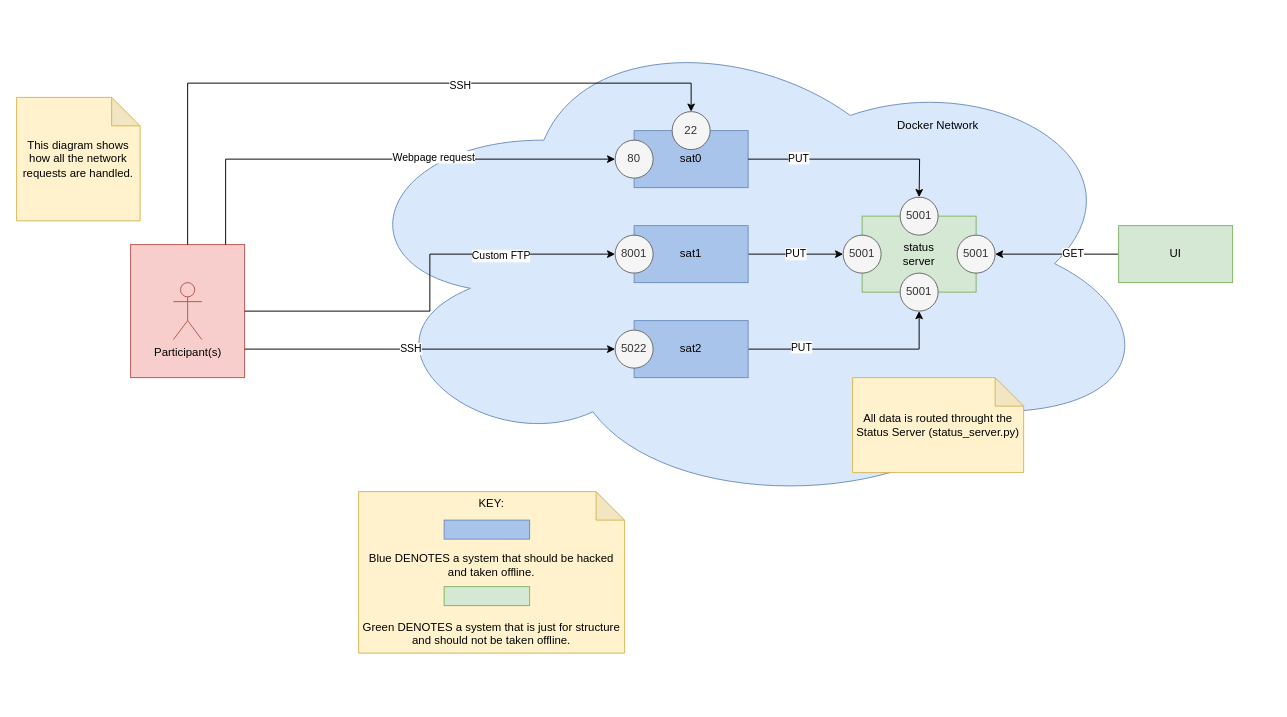
The draw.io diagram system_diagram.drawio in CyberTrainingExercise/Starcom, before the edit. Source tidied: cells renumbered, new cells numbered last; positions are measured from the earlier drawing's top-left corner, leaving out a move shared by most shapes. Both pictures are drawn from the tidied source at 95%, with x=0, y=0 at pixel (16, 16).
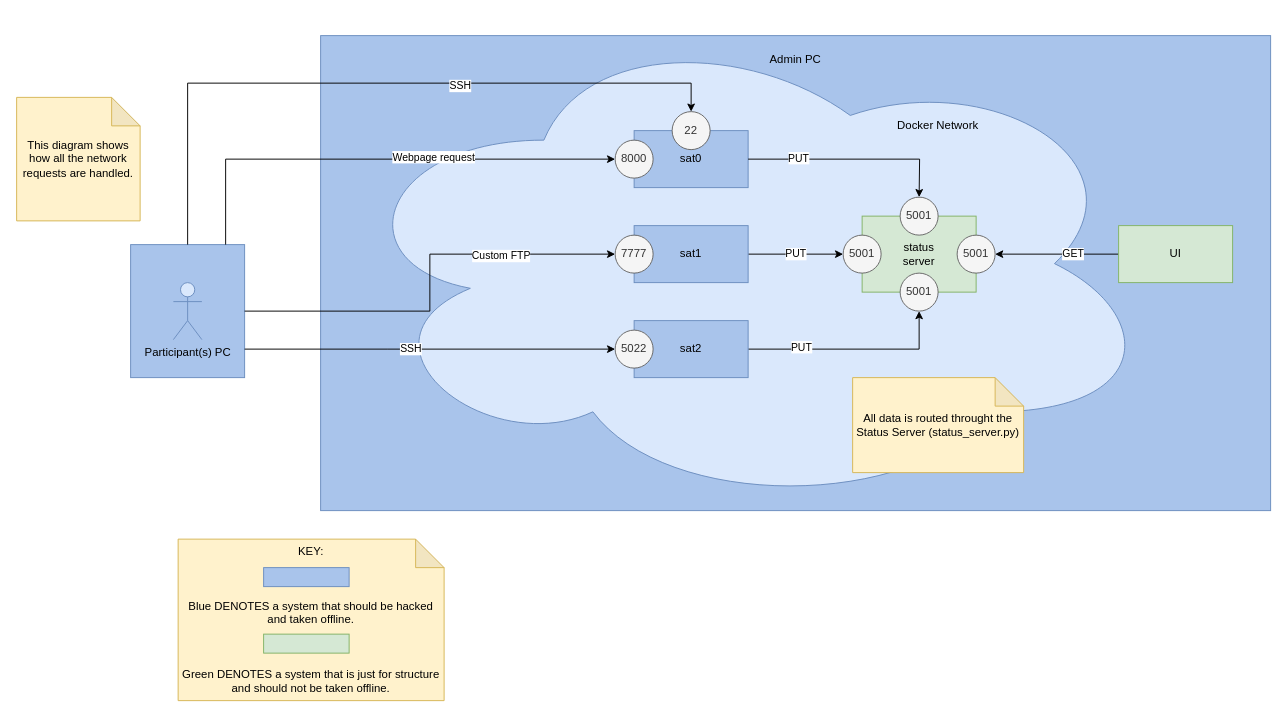
After the change.

Change to the diagram source:
```diff
@@
+    <mxCell id="40" style="rounded=0;whiteSpace=wrap;html=1;fillColor=#A9C4EB;strokeColor=#6C8EBF;" parent="1" vertex="1">
+      <mxGeometry x="320" y="20" width="1000" height="500" as="geometry" />
+    </mxCell>
-    <mxCell id="2" style="rounded=0;whiteSpace=wrap;html=1;fillColor=#f8cecc;strokeColor=#b85450;" parent="1" vertex="1">
+    <mxCell id="2" style="rounded=0;whiteSpace=wrap;html=1;fillColor=#A9C4EB;strokeColor=#6C8EBF;" parent="1" vertex="1">
       <mxGeometry x="120" y="240" width="120" height="140" as="geometry" />
     </mxCell>
@@
     <mxCell id="17" value="KEY:&lt;br&gt;&lt;br&gt;&lt;br&gt;&lt;br&gt;Blue DENOTES a system that should be hacked and taken offline.&lt;br&gt;&lt;br&gt;&lt;br&gt;&lt;br&gt;Green DENOTES a system that is just for structure and should not be taken offline." style="shape=note;whiteSpace=wrap;html=1;backgroundOutline=1;darkOpacity=0.05;fillColor=#fff2cc;strokeColor=#d6b656;" parent="1" vertex="1">
-      <mxGeometry x="360" y="500" width="280" height="170" as="geometry" />
+      <mxGeometry x="170" y="550" width="280" height="170" as="geometry" />
     </mxCell>
     <mxCell id="18" style="rounded=0;whiteSpace=wrap;html=1;fillColor=#A9C4EB;strokeColor=#6c8ebf;" parent="1" vertex="1">
-      <mxGeometry x="450" y="530" width="90" height="20" as="geometry" />
+      <mxGeometry x="260" y="580" width="90" height="20" as="geometry" />
     </mxCell>
     <mxCell id="19" style="rounded=0;whiteSpace=wrap;html=1;fillColor=#d5e8d4;strokeColor=#82b366;" parent="1" vertex="1">
-      <mxGeometry x="450" y="600" width="90" height="20" as="geometry" />
+      <mxGeometry x="260" y="650" width="90" height="20" as="geometry" />
     </mxCell>
@@
-    <mxCell id="21" value="80" style="ellipse;whiteSpace=wrap;html=1;fillColor=#f5f5f5;fontColor=#333333;strokeColor=#666666;" parent="1" vertex="1">
+    <mxCell id="21" value="8000" style="ellipse;whiteSpace=wrap;html=1;fillColor=#f5f5f5;fontColor=#333333;strokeColor=#666666;" parent="1" vertex="1">
       <mxGeometry x="630" y="130" width="40" height="40" as="geometry" />
     </mxCell>
@@
-    <mxCell id="28" value="Participant(s)" style="shape=umlActor;verticalLabelPosition=bottom;verticalAlign=top;html=1;fillColor=#f8cecc;strokeColor=#b85450;" parent="1" vertex="1">
+    <mxCell id="28" value="Participant(s) PC" style="shape=umlActor;verticalLabelPosition=bottom;verticalAlign=top;html=1;fillColor=#dae8fc;strokeColor=#6c8ebf;" parent="1" vertex="1">
       <mxGeometry x="165" y="280" width="30" height="60" as="geometry" />
     </mxCell>
@@
-    <mxCell id="35" value="8001" style="ellipse;whiteSpace=wrap;html=1;fillColor=#f5f5f5;fontColor=#333333;strokeColor=#666666;" parent="1" vertex="1">
+    <mxCell id="35" value="7777" style="ellipse;whiteSpace=wrap;html=1;fillColor=#f5f5f5;fontColor=#333333;strokeColor=#666666;" parent="1" vertex="1">
       <mxGeometry x="630" y="230" width="40" height="40" as="geometry" />
     </mxCell>
@@
+    <mxCell id="41" value="Admin PC" style="text;html=1;strokeColor=none;fillColor=none;align=center;verticalAlign=middle;whiteSpace=wrap;rounded=0;" parent="1" vertex="1">
+      <mxGeometry x="790" y="30" width="60" height="30" as="geometry" />
+    </mxCell>
```
